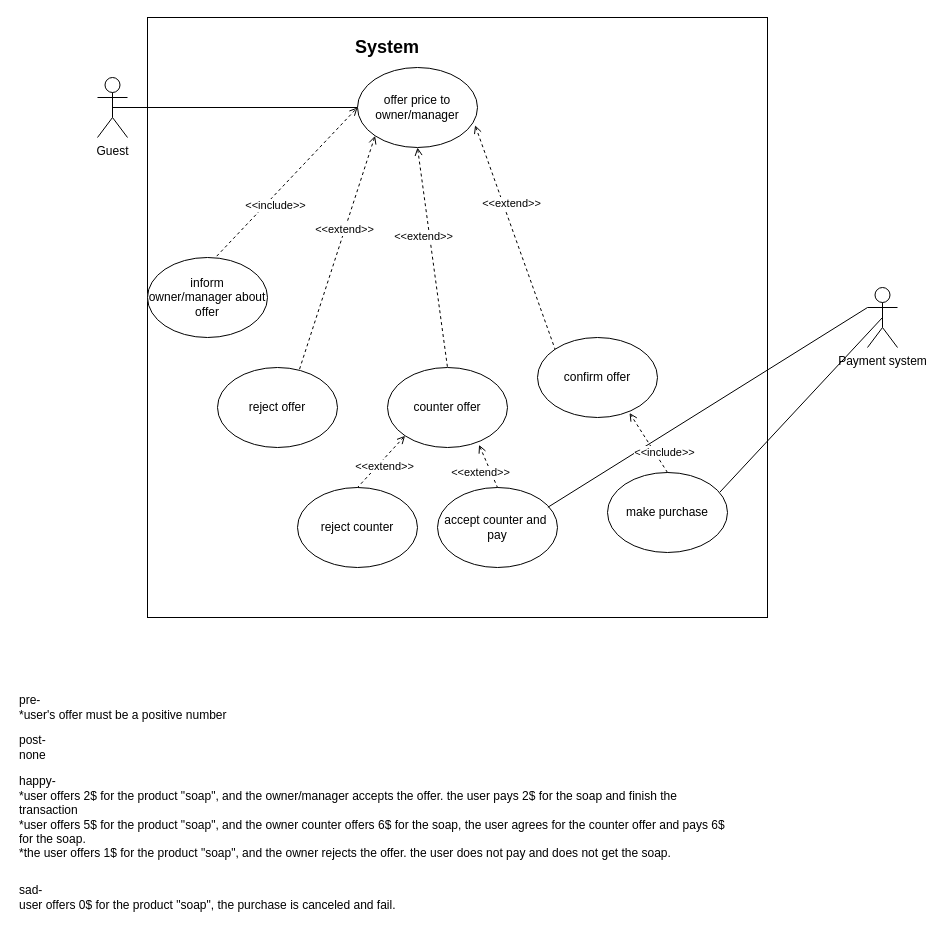
Earlier version of the draw.io diagram page "purchase offer(bargaining)" (3 of 5) of use cases/use case 2.9.drawio (LevyIfta/Team-19B-Project). Source tidied: cells renumbered, new cells numbered last; positions are measured from the earlier drawing's top-left corner, leaving out a move shared by most shapes. Both pictures are drawn from the tidied source at 100%, with x=0, y=0 at pixel (17, 17).
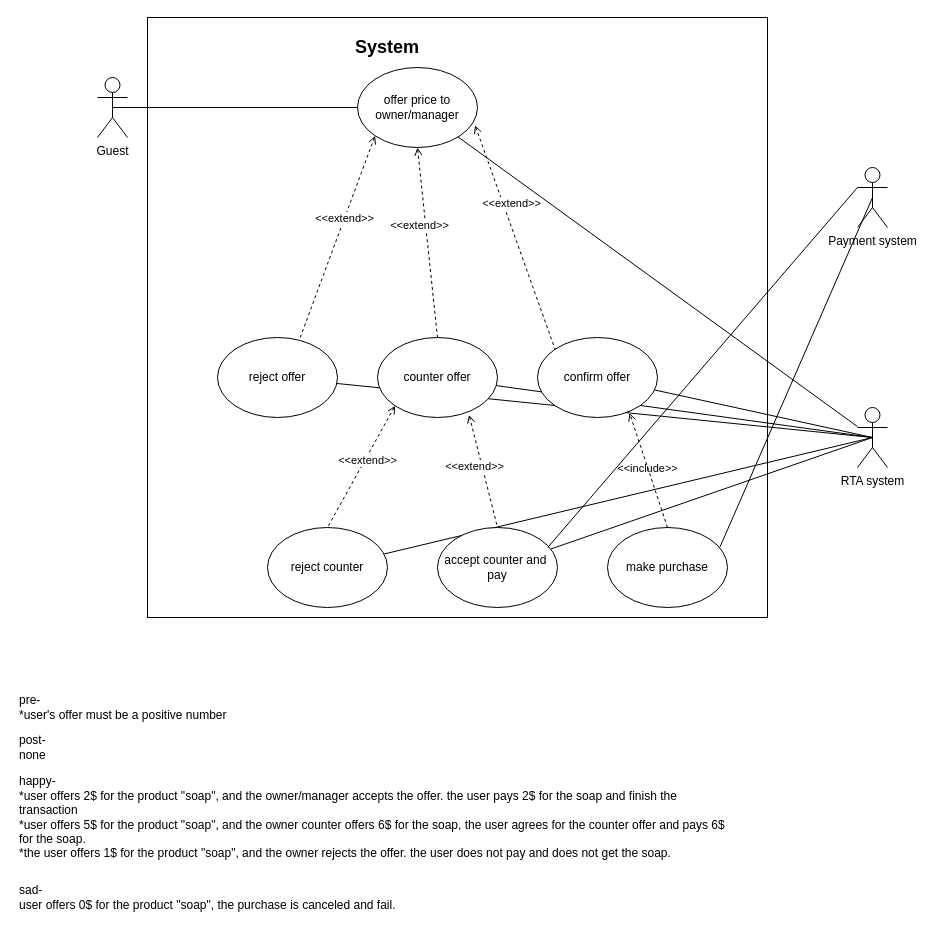
After the change.

Unchanged cells that the change refers to:
```xml
<mxCell id="5" value="offer price to owner/manager" style="ellipse;whiteSpace=wrap;html=1;" parent="1" vertex="1">
  <mxGeometry x="340" y="50" width="120" height="80" as="geometry" />
</mxCell>
<mxCell id="24" value="confirm offer" style="ellipse;whiteSpace=wrap;html=1;" parent="1" vertex="1">
  <mxGeometry x="520" y="320" width="120" height="80" as="geometry" />
</mxCell>
<mxCell id="28" style="endArrow=open;dashed=1;html=1;strokeWidth=1;exitX=0.5;exitY=0;exitDx=0;exitDy=0;entryX=0.767;entryY=0.943;entryDx=0;entryDy=0;endFill=0;entryPerimeter=0;" parent="1" edge="1" source="27" target="24">
  <mxGeometry relative="1" as="geometry" />
</mxCell>
```

Diff of the diagram source:
```diff
@@
+    <mxCell id="35" style="edgeStyle=none;rounded=0;jettySize=auto;html=1;endArrow=none;endFill=0;" parent="1" edge="1" source="5" target="41">
+      <mxGeometry relative="1" as="geometry" />
+    </mxCell>
@@
     <mxCell id="7" value="Payment system" style="shape=umlActor;verticalLabelPosition=bottom;verticalAlign=top;html=1;outlineConnect=0;" parent="1" vertex="1">
-      <mxGeometry x="850" y="270" width="30" height="60" as="geometry" />
+      <mxGeometry x="840" y="150" width="30" height="60" as="geometry" />
     </mxCell>
+    <mxCell id="36" style="edgeStyle=none;rounded=0;jettySize=auto;html=1;endArrow=none;endFill=0;entryX=0.5;entryY=0.5;entryDx=0;entryDy=0;entryPerimeter=0;" parent="1" edge="1" source="8" target="41">
+      <mxGeometry relative="1" as="geometry" />
+    </mxCell>
     <mxCell id="8" value="reject offer" style="ellipse;whiteSpace=wrap;html=1;" parent="1" vertex="1">
-      <mxGeometry x="200" y="350" width="120" height="80" as="geometry" />
+      <mxGeometry x="200" y="320" width="120" height="80" as="geometry" />
     </mxCell>
@@
+    <mxCell id="37" style="edgeStyle=none;rounded=0;jettySize=auto;html=1;entryX=0.5;entryY=0.5;entryDx=0;entryDy=0;entryPerimeter=0;endArrow=none;endFill=0;" parent="1" edge="1" source="11" target="41">
+      <mxGeometry relative="1" as="geometry" />
+    </mxCell>
     <mxCell id="11" value="counter offer" style="ellipse;whiteSpace=wrap;html=1;" parent="1" vertex="1">
-      <mxGeometry x="370" y="350" width="120" height="80" as="geometry" />
+      <mxGeometry x="360" y="320" width="120" height="80" as="geometry" />
     </mxCell>
@@
-    <mxCell id="14" value="inform owner/manager about offer" style="ellipse;whiteSpace=wrap;html=1;" parent="1" vertex="1">
-      <mxGeometry x="130" y="240" width="120" height="80" as="geometry" />
-    </mxCell>
-    <mxCell id="15" style="endArrow=open;dashed=1;html=1;strokeWidth=1;exitX=0.577;exitY=-0.017;exitDx=0;exitDy=0;entryX=0;entryY=0.5;entryDx=0;entryDy=0;endFill=0;exitPerimeter=0;" parent="1" edge="1" source="14" target="5">
-      <mxGeometry relative="1" as="geometry" />
-    </mxCell>
-    <mxCell id="16" value="&amp;lt;&amp;lt;include&amp;gt;&amp;gt;" style="edgeLabel;html=1;align=center;verticalAlign=middle;" parent="15" vertex="1">
-      <mxGeometry x="-0.31" relative="1" as="geometry">
-        <mxPoint x="9" as="offset" />
-      </mxGeometry>
-    </mxCell>
+    <mxCell id="38" style="edgeStyle=none;rounded=0;jettySize=auto;html=1;endArrow=none;endFill=0;entryX=0.5;entryY=0.5;entryDx=0;entryDy=0;entryPerimeter=0;" parent="1" edge="1" source="17" target="41">
+      <mxGeometry relative="1" as="geometry" />
+    </mxCell>
     <mxCell id="17" value="reject counter" style="ellipse;whiteSpace=wrap;html=1;" parent="1" vertex="1">
-      <mxGeometry x="280" y="470" width="120" height="80" as="geometry" />
+      <mxGeometry x="250" y="510" width="120" height="80" as="geometry" />
     </mxCell>
@@
+    <mxCell id="39" style="edgeStyle=none;rounded=0;jettySize=auto;html=1;endArrow=none;endFill=0;entryX=0.5;entryY=0.5;entryDx=0;entryDy=0;entryPerimeter=0;" parent="1" edge="1" source="20" target="41">
+      <mxGeometry relative="1" as="geometry" />
+    </mxCell>
     <mxCell id="20" value="accept counter and&amp;nbsp; pay" style="ellipse;whiteSpace=wrap;html=1;" parent="1" vertex="1">
-      <mxGeometry x="420" y="470" width="120" height="80" as="geometry" />
+      <mxGeometry x="420" y="510" width="120" height="80" as="geometry" />
     </mxCell>
@@
+    <mxCell id="40" style="edgeStyle=none;rounded=0;jettySize=auto;html=1;entryX=0.5;entryY=0.5;entryDx=0;entryDy=0;entryPerimeter=0;endArrow=none;endFill=0;" parent="1" edge="1" source="24" target="41">
+      <mxGeometry relative="1" as="geometry" />
+    </mxCell>
@@
     <mxCell id="27" value="make purchase" style="ellipse;whiteSpace=wrap;html=1;" parent="1" vertex="1">
-      <mxGeometry x="590" y="455" width="120" height="80" as="geometry" />
+      <mxGeometry x="590" y="510" width="120" height="80" as="geometry" />
     </mxCell>
@@
-    <mxCell id="29" value="&amp;lt;&amp;lt;include&amp;gt;&amp;gt;" style="edgeLabel;html=1;align=center;verticalAlign=middle;" parent="28" vertex="1">
+    <mxCell id="29" value="&amp;lt;&amp;lt;include&amp;gt;&amp;gt;" style="edgeLabel;html=1;align=center;verticalAlign=middle;labelBackgroundColor=none;" parent="28" vertex="1">
       <mxGeometry x="-0.31" relative="1" as="geometry">
-        <mxPoint x="9" as="offset" />
+        <mxPoint x="-7" y="-20" as="offset" />
       </mxGeometry>
     </mxCell>
@@
+    <mxCell id="41" value="RTA system" style="shape=umlActor;verticalLabelPosition=bottom;verticalAlign=top;html=1;outlineConnect=0;labelBackgroundColor=none;fillColor=none;" parent="1" vertex="1">
+      <mxGeometry x="840" y="390" width="30" height="60" as="geometry" />
+    </mxCell>
```
